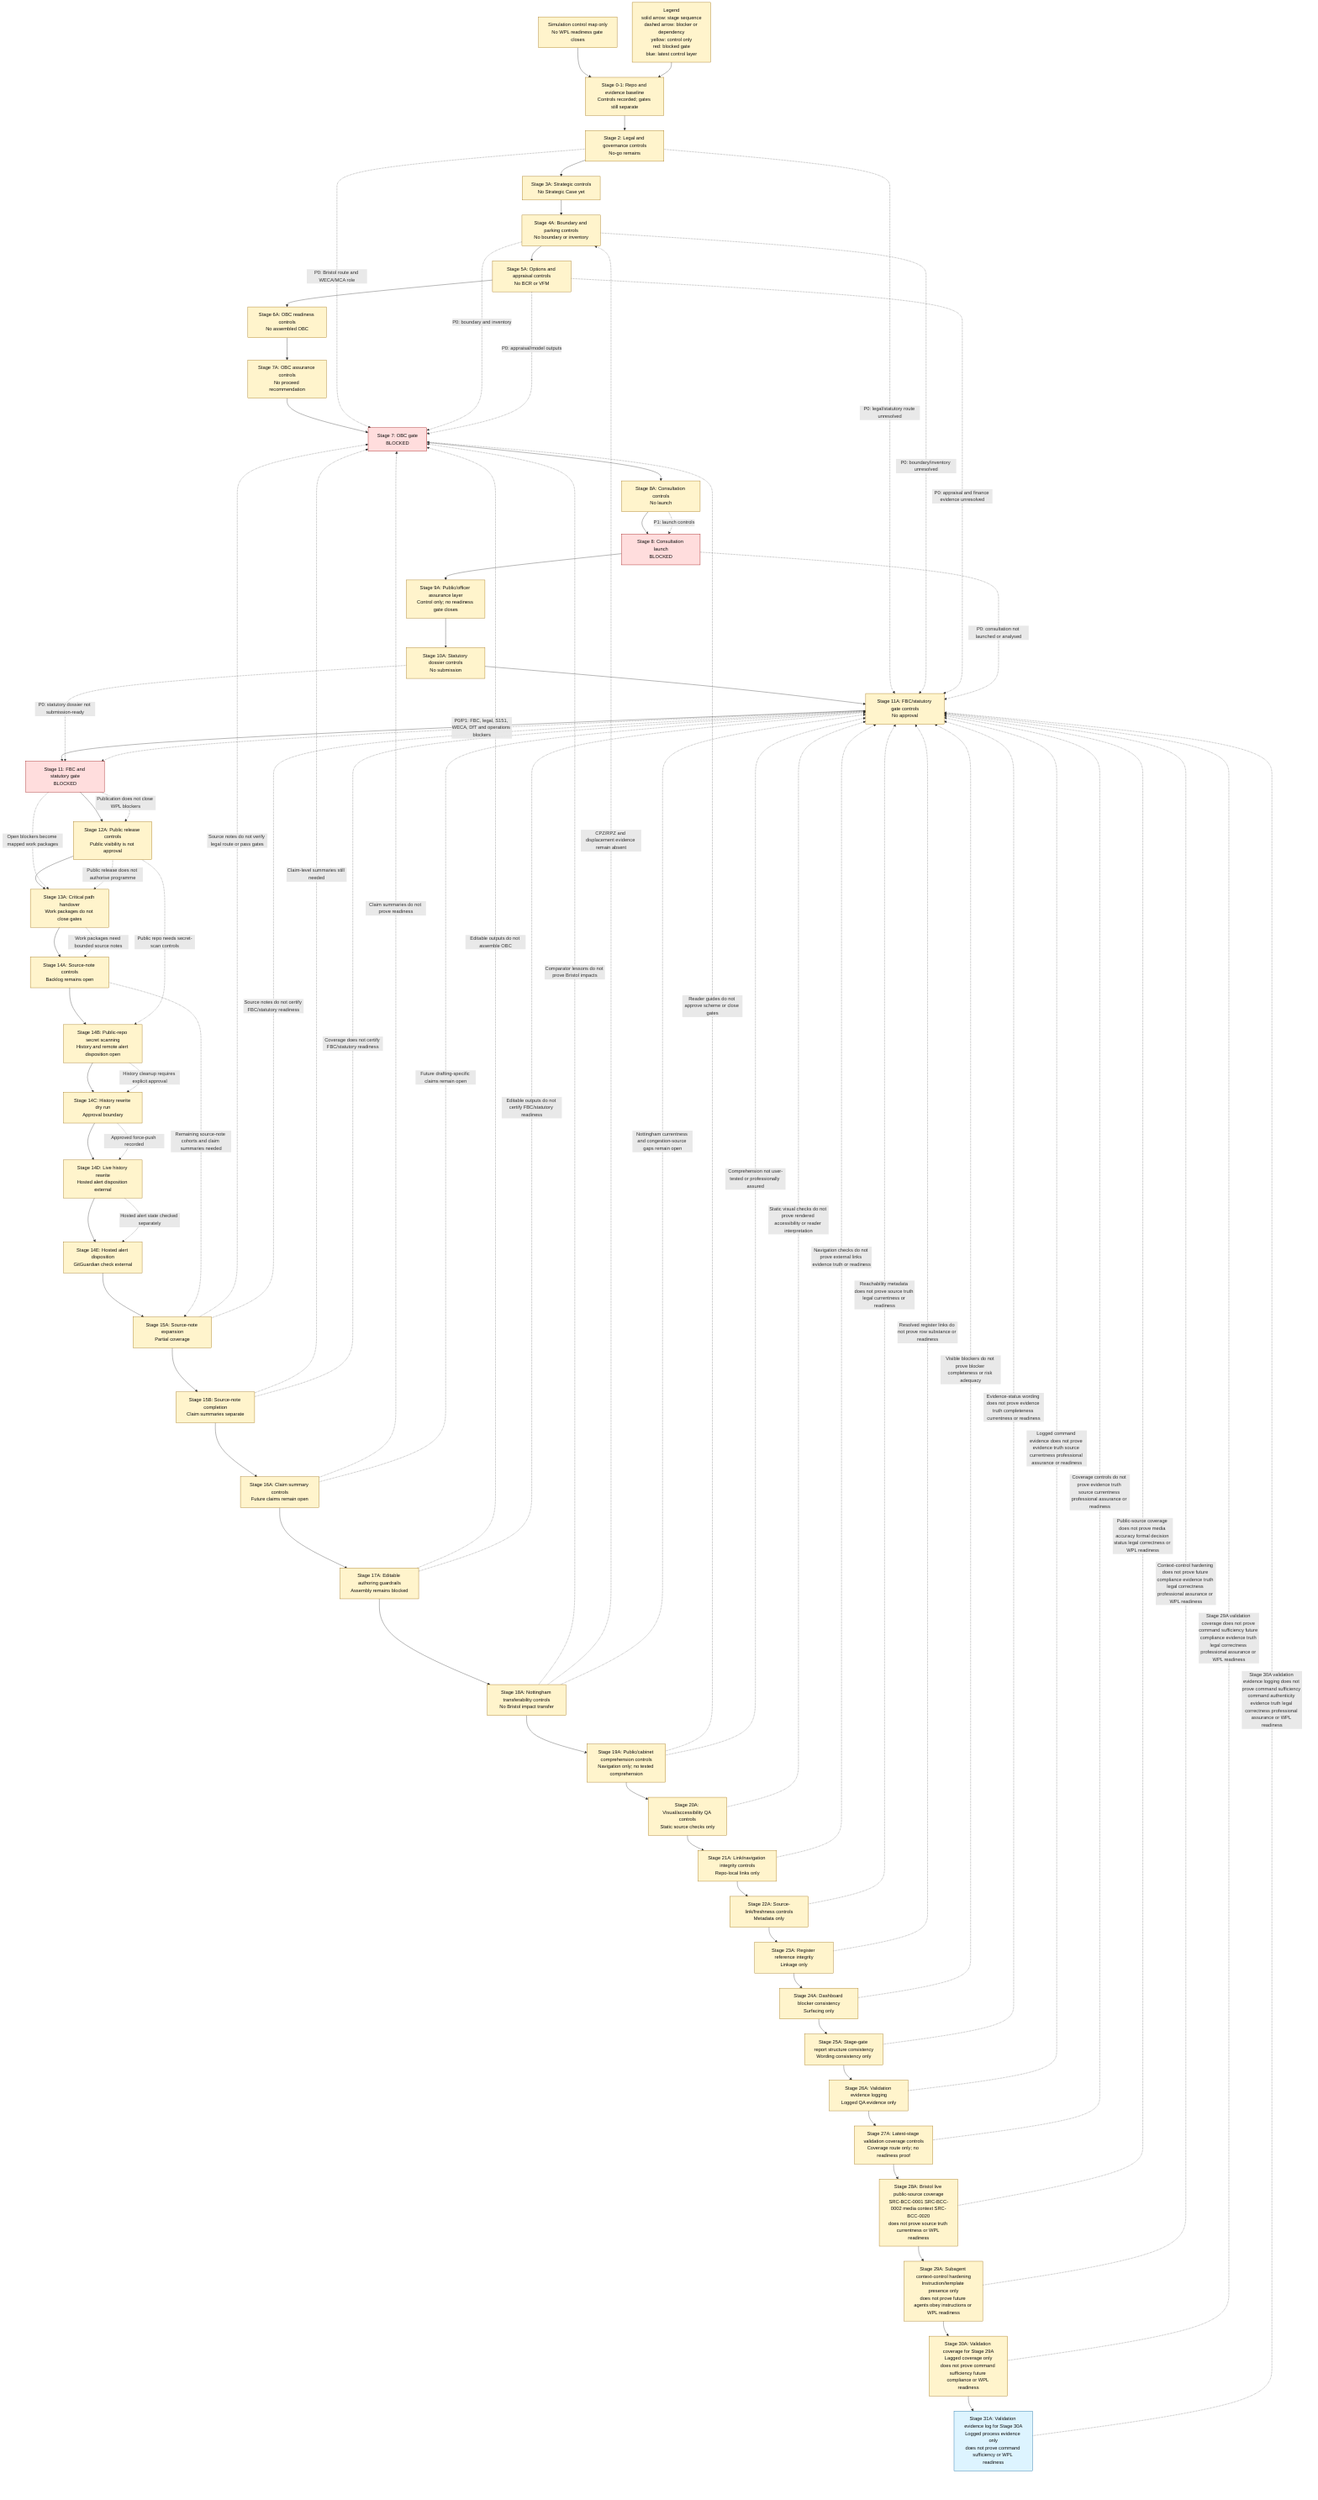
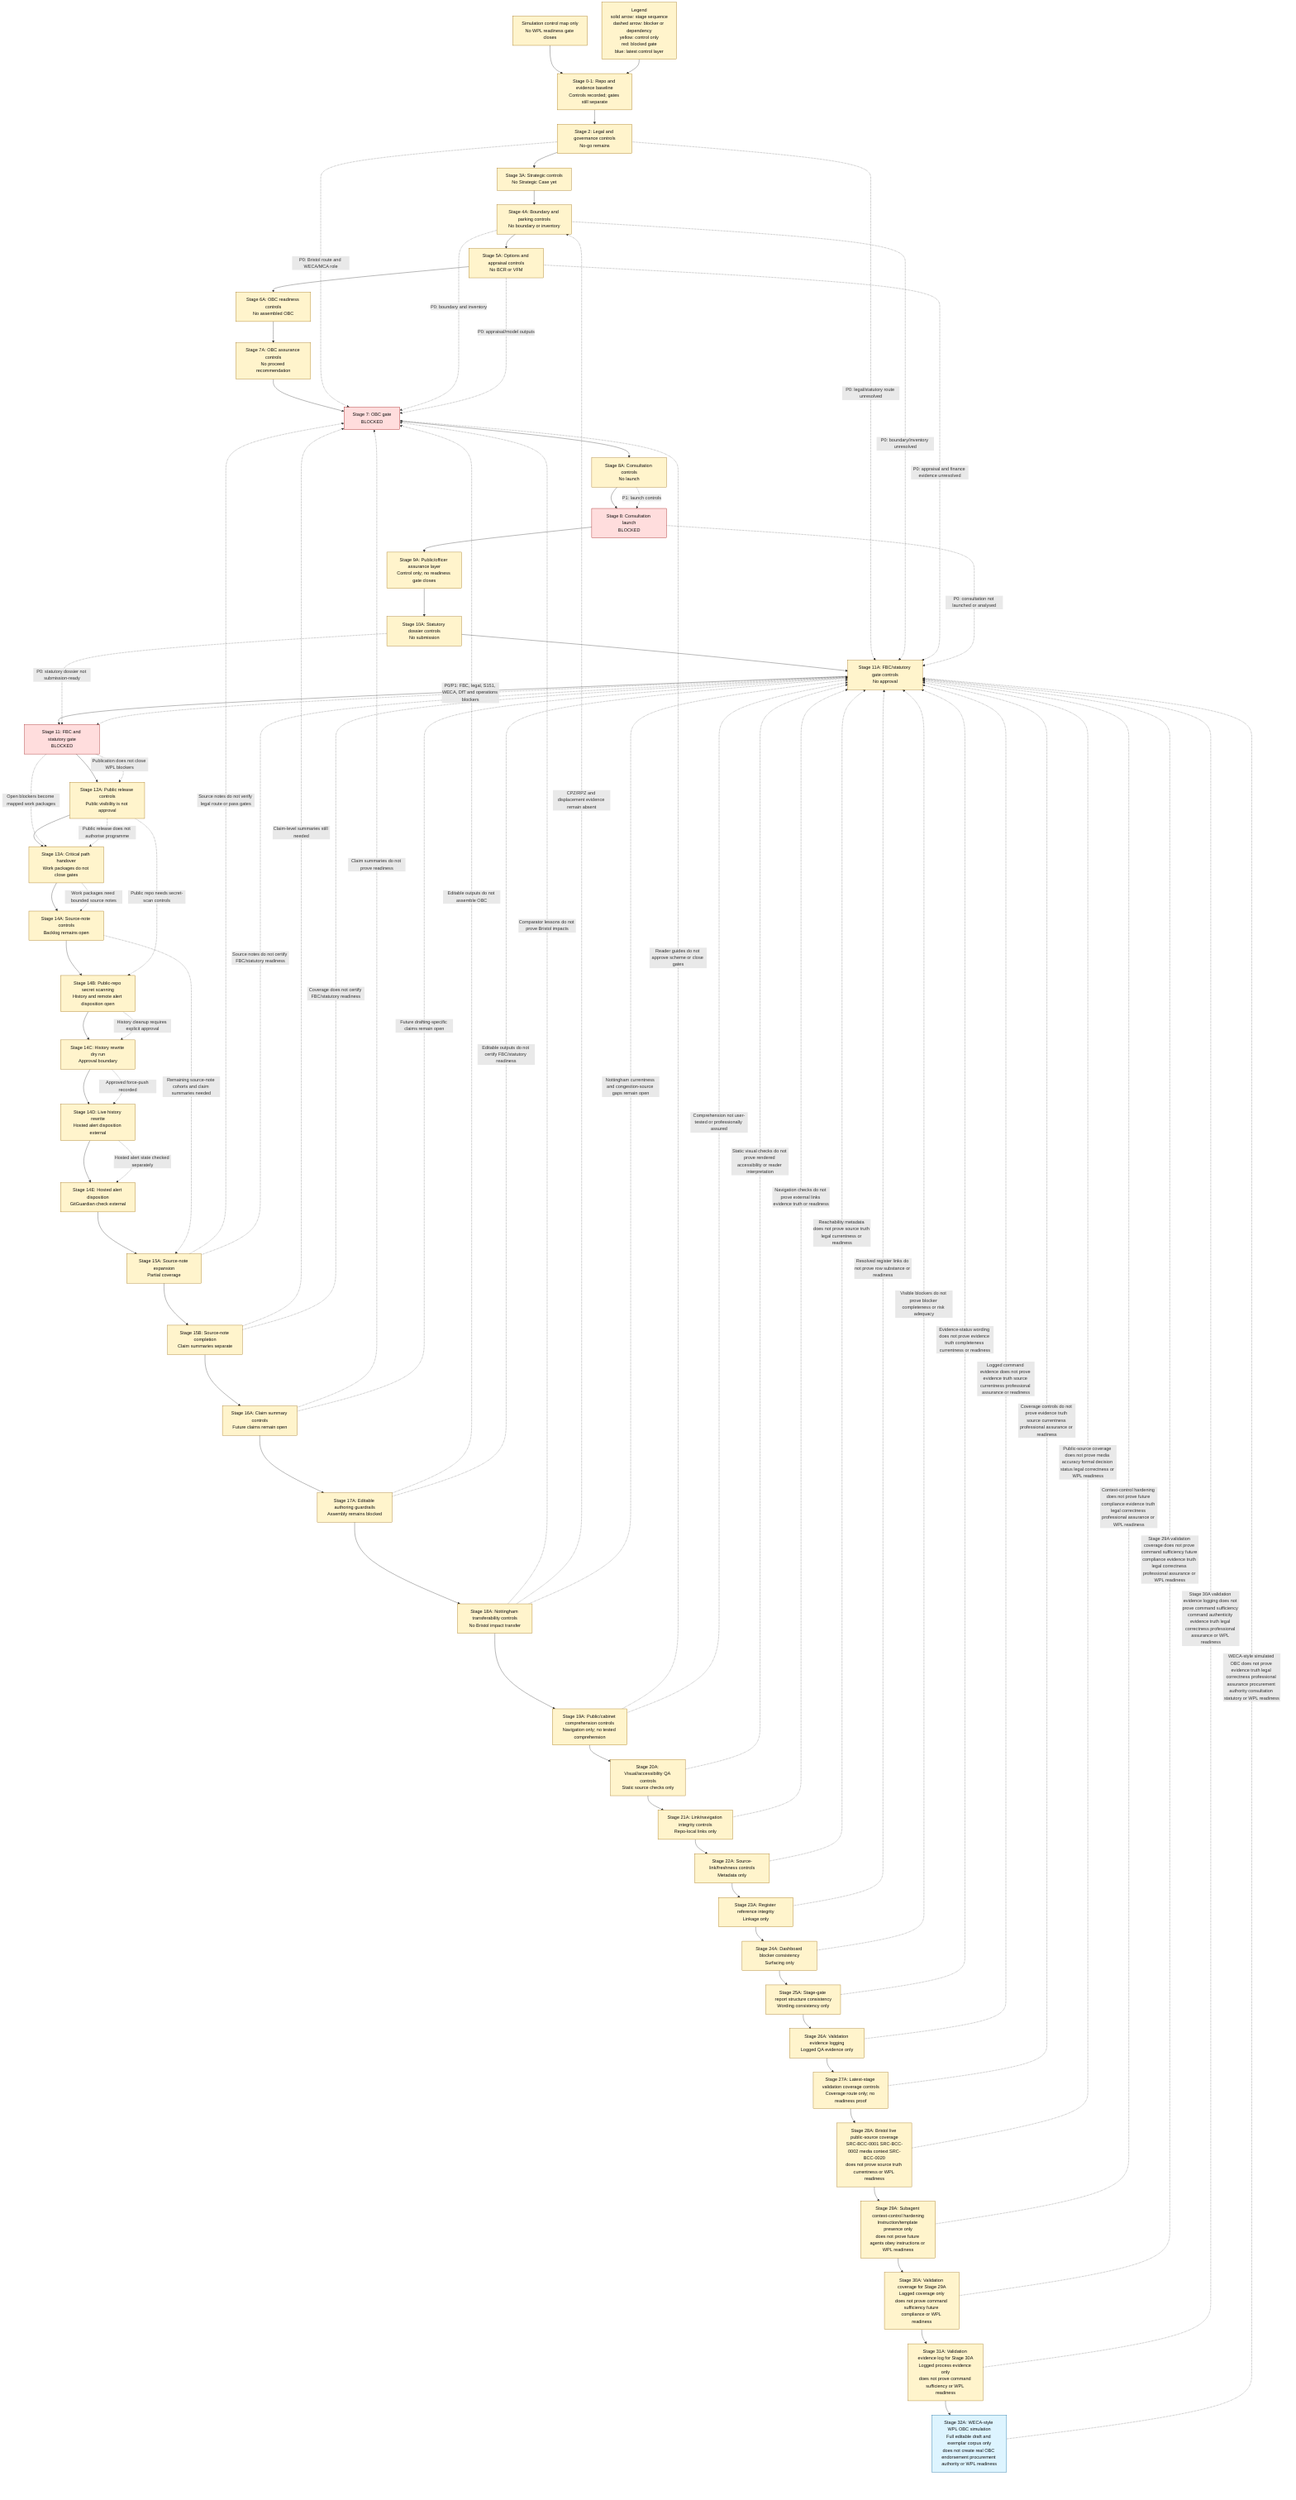
flowchart TD
    Caption["Simulation control map only<br/>No WPL readiness gate closes"]
    Legend["Legend<br/>solid arrow: stage sequence<br/>dashed arrow: blocker or dependency<br/>yellow: control only<br/>red: blocked gate<br/>blue: latest control layer"]
    Caption --> A
    Legend --> A
    A["Stage 0-1: Repo and evidence baseline<br/>Controls recorded; gates still separate"] --> B["Stage 2: Legal and governance controls<br/>No-go remains"]
    B --> C["Stage 3A: Strategic controls<br/>No Strategic Case yet"]
    C --> D["Stage 4A: Boundary and parking controls<br/>No boundary or inventory"]
    D --> E["Stage 5A: Options and appraisal controls<br/>No BCR or VFM"]
    E --> F["Stage 6A: OBC readiness controls<br/>No assembled OBC"]
    F --> F2["Stage 7A: OBC assurance controls<br/>No proceed recommendation"]
    F2 --> G["Stage 7: OBC gate<br/>BLOCKED"]
    G --> H["Stage 8A: Consultation controls<br/>No launch"]
    H --> I["Stage 8: Consultation launch<br/>BLOCKED"]
    I --> J["Stage 9A: Public/officer assurance layer<br/>Control only; no readiness gate closes"]
    J --> J2["Stage 10A: Statutory dossier controls<br/>No submission"]
    J2 --> K2["Stage 11A: FBC/statutory gate controls<br/>No approval"]
    K2 --> K["Stage 11: FBC and statutory gate<br/>BLOCKED"]
    K --> L["Stage 12A: Public release controls<br/>Public visibility is not approval"]
    L --> M["Stage 13A: Critical path handover<br/>Work packages do not close gates"]
    M --> N["Stage 14A: Source-note controls<br/>Backlog remains open"]
    N --> O["Stage 14B: Public-repo secret scanning<br/>History and remote alert disposition open"]
    O --> P["Stage 14C: History rewrite dry run<br/>Approval boundary"]
    P --> Q["Stage 14D: Live history rewrite<br/>Hosted alert disposition external"]
    Q --> R["Stage 14E: Hosted alert disposition<br/>GitGuardian check external"]
    R --> S["Stage 15A: Source-note expansion<br/>Partial coverage"]
    S --> T["Stage 15B: Source-note completion<br/>Claim summaries separate"]
    T --> U["Stage 16A: Claim summary controls<br/>Future claims remain open"]
    U --> V["Stage 17A: Editable authoring guardrails<br/>Assembly remains blocked"]
    V --> W["Stage 18A: Nottingham transferability controls<br/>No Bristol impact transfer"]
    W --> X["Stage 19A: Public/cabinet comprehension controls<br/>Navigation only; no tested comprehension"]
    X --> Y["Stage 20A: Visual/accessibility QA controls<br/>Static source checks only"]
    Y --> Z["Stage 21A: Link/navigation integrity controls<br/>Repo-local links only"]
    Z --> AA["Stage 22A: Source-link/freshness controls<br/>Metadata only"]
    AA --> AB["Stage 23A: Register reference integrity<br/>Linkage only"]
    AB --> AC["Stage 24A: Dashboard blocker consistency<br/>Surfacing only"]
    AC --> AD["Stage 25A: Stage-gate report structure consistency<br/>Wording consistency only"]
    AD --> AE["Stage 26A: Validation evidence logging<br/>Logged QA evidence only"]
    AE --> AF["Stage 27A: Latest-stage validation coverage controls<br/>Coverage route only; no readiness proof"]
    AF --> AG["Stage 28A: Bristol live public-source coverage<br/>SRC-BCC-0001 SRC-BCC-0002 media context SRC-BCC-0020<br/>does not prove source truth currentness or WPL readiness"]
    AG --> AH["Stage 29A: Subagent context-control hardening<br/>Instruction/template presence only<br/>does not prove future agents obey instructions or WPL readiness"]
    AH --> AI["Stage 30A: Validation coverage for Stage 29A<br/>Lagged coverage only<br/>does not prove command sufficiency future compliance or WPL readiness"]
    AI --> AJ["Stage 31A: Validation evidence log for Stage 30A<br/>Logged process evidence only<br/>does not prove command sufficiency or WPL readiness"]
+     AJ --> AK["Stage 32A: WECA-style WPL OBC simulation<br/>Full editable draft and exemplar corpus only<br/>does not create real OBC endorsement procurement authority or WPL readiness"]

    B -. "P0: Bristol route and WECA/MCA role" .-> G
    D -. "P0: boundary and inventory" .-> G
    E -. "P0: appraisal/model outputs" .-> G
    H -. "P1: launch controls" .-> I
    B -. "P0: legal/statutory route unresolved" .-> K2
    D -. "P0: boundary/inventory unresolved" .-> K2
    E -. "P0: appraisal and finance evidence unresolved" .-> K2
    I -. "P0: consultation not launched or analysed" .-> K2
    J2 -. "P0: statutory dossier not submission-ready" .-> K
    K2 -. "P0/P1: FBC, legal, S151, WECA, DfT and operations blockers" .-> K
    K -. "Publication does not close WPL blockers" .-> L
    K -. "Open blockers become mapped work packages" .-> M
    L -. "Public release does not authorise programme" .-> M
    M -. "Work packages need bounded source notes" .-> N
    L -. "Public repo needs secret-scan controls" .-> O
    O -. "History cleanup requires explicit approval" .-> P
    P -. "Approved force-push recorded" .-> Q
    Q -. "Hosted alert state checked separately" .-> R
    N -. "Remaining source-note cohorts and claim summaries needed" .-> S
    S -. "Source notes do not verify legal route or pass gates" .-> G
    S -. "Source notes do not certify FBC/statutory readiness" .-> K2
    T -. "Claim-level summaries still needed" .-> G
    T -. "Coverage does not certify FBC/statutory readiness" .-> K2
    U -. "Claim summaries do not prove readiness" .-> G
    U -. "Future drafting-specific claims remain open" .-> K2
    V -. "Editable outputs do not assemble OBC" .-> G
    V -. "Editable outputs do not certify FBC/statutory readiness" .-> K2
    W -. "Comparator lessons do not prove Bristol impacts" .-> G
    W -. "CPZ/RPZ and displacement evidence remain absent" .-> D
    W -. "Nottingham currentness and congestion-source gaps remain open" .-> K2
    X -. "Reader guides do not approve scheme or close gates" .-> G
    X -. "Comprehension not user-tested or professionally assured" .-> K2
    Y -. "Static visual checks do not prove rendered accessibility or reader interpretation" .-> K2
    Z -. "Navigation checks do not prove external links evidence truth or readiness" .-> K2
    AA -. "Reachability metadata does not prove source truth legal currentness or readiness" .-> K2
    AB -. "Resolved register links do not prove row substance or readiness" .-> K2
    AC -. "Visible blockers do not prove blocker completeness or risk adequacy" .-> K2
    AD -. "Evidence-status wording does not prove evidence truth completeness currentness or readiness" .-> K2
    AE -. "Logged command evidence does not prove evidence truth source currentness professional assurance or readiness" .-> K2
    AF -. "Coverage controls do not prove evidence truth source currentness professional assurance or readiness" .-> K2
    AG -. "Public-source coverage does not prove media accuracy formal decision status legal correctness or WPL readiness" .-> K2
    AH -. "Context-control hardening does not prove future compliance evidence truth legal correctness professional assurance or WPL readiness" .-> K2
    AI -. "Stage 29A validation coverage does not prove command sufficiency future compliance evidence truth legal correctness professional assurance or WPL readiness" .-> K2
    AJ -. "Stage 30A validation evidence logging does not prove command sufficiency command authenticity evidence truth legal correctness professional assurance or WPL readiness" .-> K2
+     AK -. "WECA-style simulated OBC does not prove evidence truth legal correctness professional assurance procurement authority consultation statutory or WPL readiness" .-> K2

    classDef blocked fill:#ffdddd,stroke:#990000,color:#111111;
    classDef control fill:#fff4cc,stroke:#996600,color:#111111;
    classDef current fill:#ddf4ff,stroke:#005f99,color:#111111;

    class G,I,K blocked;
-     class A,B,C,D,E,F,F2,H,J,J2,K2,L,M,N,O,P,Q,R,S,T,U,V,W,X,Y,Z,AA,AB,AC,AD,AE,AF,AG,AH,AI,Caption,Legend control;
-     class AJ current;
+     class A,B,C,D,E,F,F2,H,J,J2,K2,L,M,N,O,P,Q,R,S,T,U,V,W,X,Y,Z,AA,AB,AC,AD,AE,AF,AG,AH,AI,AJ,Caption,Legend control;
+     class AK current;
